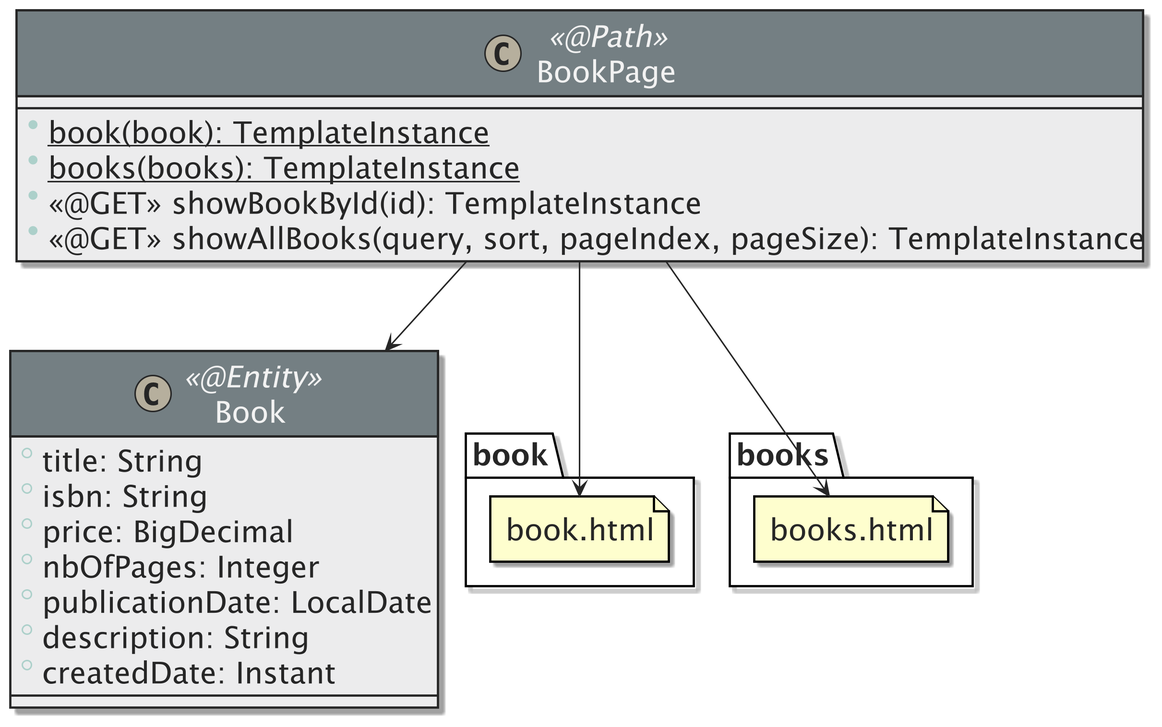
Before: 2021-06-QutePanache/src/docs/asciidoc/images/architecture.png, a diagram exported from PlantUML (agoncal/agoncal-articles).
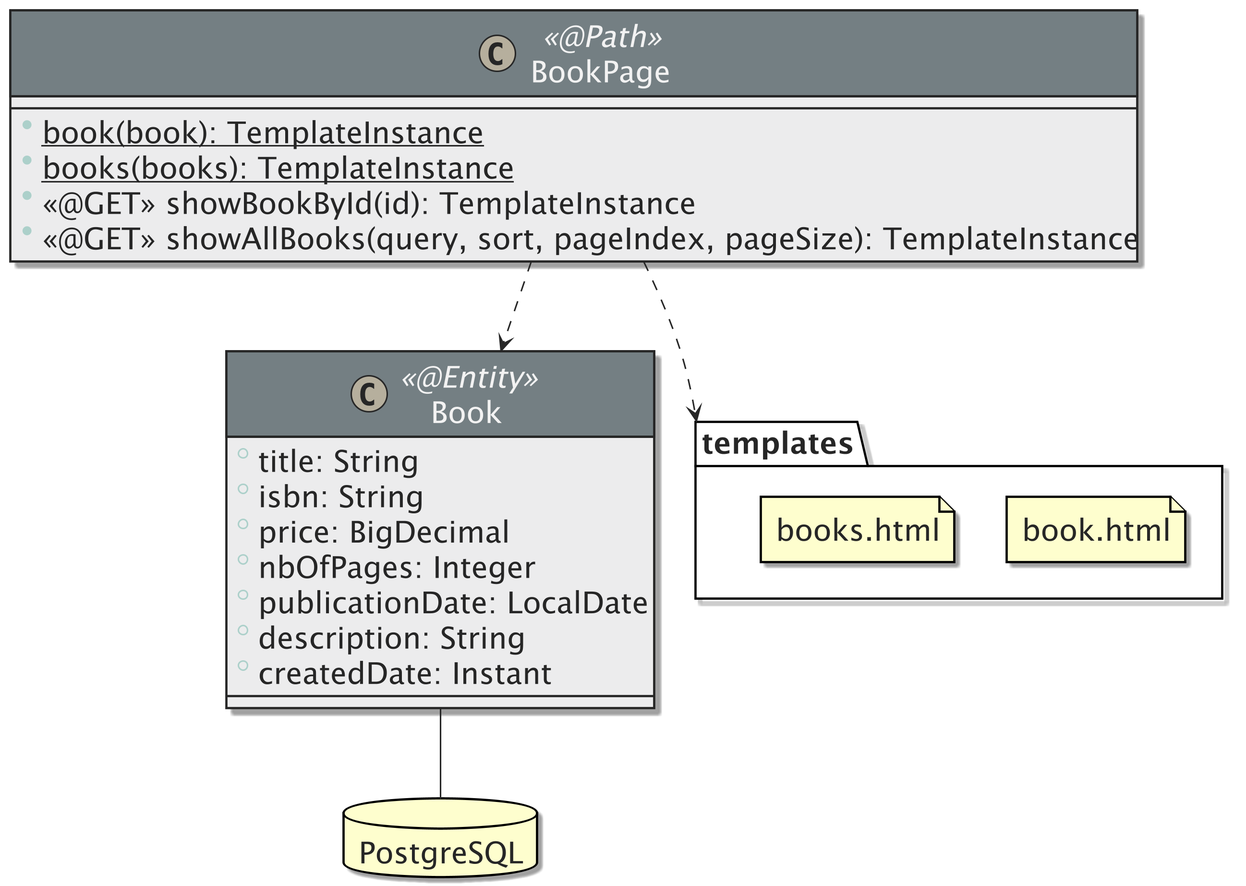
Later version of the same file.

Change to the diagram source:
```diff
@@ -21,10 +21,14 @@
   + <<@GET>> showAllBooks(query, sort, pageIndex, pageSize): TemplateInstance
 }
 
-file book.html
-file books.html
+package templates {
+  file "book<U+002E>html"
+  file "books<U+002E>html"
+}
 
-BookPage --> Book
-BookPage --> book.html
-BookPage --> books.html
+database PostgreSQL
+
+Book -- PostgreSQL
+BookPage ..> Book
+BookPage ..> templates
 @enduml
```
